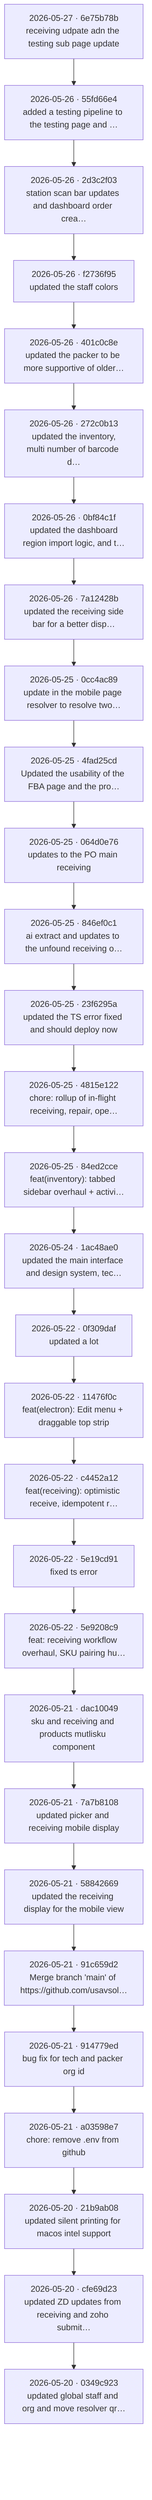
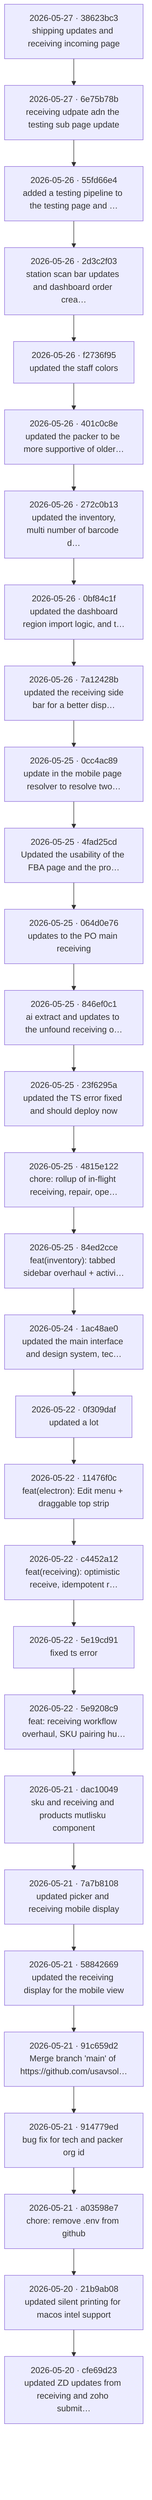
flowchart TB
-   c0["2026-05-27 · 6e75b78b<br/>receiving udpate adn the testing sub page update"]
-   c1["2026-05-26 · 55fd66e4<br/>added a testing pipeline to the testing page and …"]
+   c0["2026-05-27 · 38623bc3<br/>shipping updates and receiving incoming page"]
+   c1["2026-05-27 · 6e75b78b<br/>receiving udpate adn the testing sub page update"]
  c0 --> c1
-   c2["2026-05-26 · 2d3c2f03<br/>station scan bar updates and dashboard order crea…"]
+   c2["2026-05-26 · 55fd66e4<br/>added a testing pipeline to the testing page and …"]
  c1 --> c2
-   c3["2026-05-26 · f2736f95<br/>updated the staff colors"]
+   c3["2026-05-26 · 2d3c2f03<br/>station scan bar updates and dashboard order crea…"]
  c2 --> c3
-   c4["2026-05-26 · 401c0c8e<br/>updated the packer to be more supportive of older…"]
+   c4["2026-05-26 · f2736f95<br/>updated the staff colors"]
  c3 --> c4
-   c5["2026-05-26 · 272c0b13<br/> updated the inventory, multi number of barcode d…"]
+   c5["2026-05-26 · 401c0c8e<br/>updated the packer to be more supportive of older…"]
  c4 --> c5
-   c6["2026-05-26 · 0bf84c1f<br/> updated the dashboard region import logic, and t…"]
+   c6["2026-05-26 · 272c0b13<br/> updated the inventory, multi number of barcode d…"]
  c5 --> c6
-   c7["2026-05-26 · 7a12428b<br/> updated the receiving side bar for a better disp…"]
+   c7["2026-05-26 · 0bf84c1f<br/> updated the dashboard region import logic, and t…"]
  c6 --> c7
-   c8["2026-05-25 · 0cc4ac89<br/>update in the mobile page resolver to resolve two…"]
+   c8["2026-05-26 · 7a12428b<br/> updated the receiving side bar for a better disp…"]
  c7 --> c8
-   c9["2026-05-25 · 4fad25cd<br/>Updated the usability of the FBA page and the pro…"]
+   c9["2026-05-25 · 0cc4ac89<br/>update in the mobile page resolver to resolve two…"]
  c8 --> c9
-   c10["2026-05-25 · 064d0e76<br/>updates to the PO main receiving"]
+   c10["2026-05-25 · 4fad25cd<br/>Updated the usability of the FBA page and the pro…"]
  c9 --> c10
-   c11["2026-05-25 · 846ef0c1<br/>ai extract and updates to the unfound receiving o…"]
+   c11["2026-05-25 · 064d0e76<br/>updates to the PO main receiving"]
  c10 --> c11
-   c12["2026-05-25 · 23f6295a<br/>updated the TS error fixed and should deploy now"]
+   c12["2026-05-25 · 846ef0c1<br/>ai extract and updates to the unfound receiving o…"]
  c11 --> c12
-   c13["2026-05-25 · 4815e122<br/>chore: rollup of in-flight receiving, repair, ope…"]
+   c13["2026-05-25 · 23f6295a<br/>updated the TS error fixed and should deploy now"]
  c12 --> c13
-   c14["2026-05-25 · 84ed2cce<br/>feat(inventory): tabbed sidebar overhaul + activi…"]
+   c14["2026-05-25 · 4815e122<br/>chore: rollup of in-flight receiving, repair, ope…"]
  c13 --> c14
-   c15["2026-05-24 · 1ac48ae0<br/>updated the main interface and design system, tec…"]
+   c15["2026-05-25 · 84ed2cce<br/>feat(inventory): tabbed sidebar overhaul + activi…"]
  c14 --> c15
-   c16["2026-05-22 · 0f309daf<br/>updated a lot"]
+   c16["2026-05-24 · 1ac48ae0<br/>updated the main interface and design system, tec…"]
  c15 --> c16
-   c17["2026-05-22 · 11476f0c<br/>feat(electron): Edit menu + draggable top strip"]
+   c17["2026-05-22 · 0f309daf<br/>updated a lot"]
  c16 --> c17
-   c18["2026-05-22 · c4452a12<br/>feat(receiving): optimistic receive, idempotent r…"]
+   c18["2026-05-22 · 11476f0c<br/>feat(electron): Edit menu + draggable top strip"]
  c17 --> c18
-   c19["2026-05-22 · 5e19cd91<br/>fixed ts error"]
+   c19["2026-05-22 · c4452a12<br/>feat(receiving): optimistic receive, idempotent r…"]
  c18 --> c19
-   c20["2026-05-22 · 5e9208c9<br/>feat: receiving workflow overhaul, SKU pairing hu…"]
+   c20["2026-05-22 · 5e19cd91<br/>fixed ts error"]
  c19 --> c20
-   c21["2026-05-21 · dac10049<br/>sku and receiving and products mutlisku component"]
+   c21["2026-05-22 · 5e9208c9<br/>feat: receiving workflow overhaul, SKU pairing hu…"]
  c20 --> c21
-   c22["2026-05-21 · 7a7b8108<br/>updated picker and receiving mobile display"]
+   c22["2026-05-21 · dac10049<br/>sku and receiving and products mutlisku component"]
  c21 --> c22
-   c23["2026-05-21 · 58842669<br/>updated the receiving display for the mobile view"]
+   c23["2026-05-21 · 7a7b8108<br/>updated picker and receiving mobile display"]
  c22 --> c23
-   c24["2026-05-21 · 91c659d2<br/>Merge branch 'main' of https://github.com/usavsol…"]
+   c24["2026-05-21 · 58842669<br/>updated the receiving display for the mobile view"]
  c23 --> c24
-   c25["2026-05-21 · 914779ed<br/>bug fix for tech and packer org id"]
+   c25["2026-05-21 · 91c659d2<br/>Merge branch 'main' of https://github.com/usavsol…"]
  c24 --> c25
-   c26["2026-05-21 · a03598e7<br/>chore: remove .env from github"]
+   c26["2026-05-21 · 914779ed<br/>bug fix for tech and packer org id"]
  c25 --> c26
-   c27["2026-05-20 · 21b9ab08<br/>updated silent printing for macos intel support"]
+   c27["2026-05-21 · a03598e7<br/>chore: remove .env from github"]
  c26 --> c27
-   c28["2026-05-20 · cfe69d23<br/>updated ZD updates from receiving and zoho submit…"]
+   c28["2026-05-20 · 21b9ab08<br/>updated silent printing for macos intel support"]
  c27 --> c28
-   c29["2026-05-20 · 0349c923<br/>updated global staff and org and move resolver qr…"]
+   c29["2026-05-20 · cfe69d23<br/>updated ZD updates from receiving and zoho submit…"]
  c28 --> c29